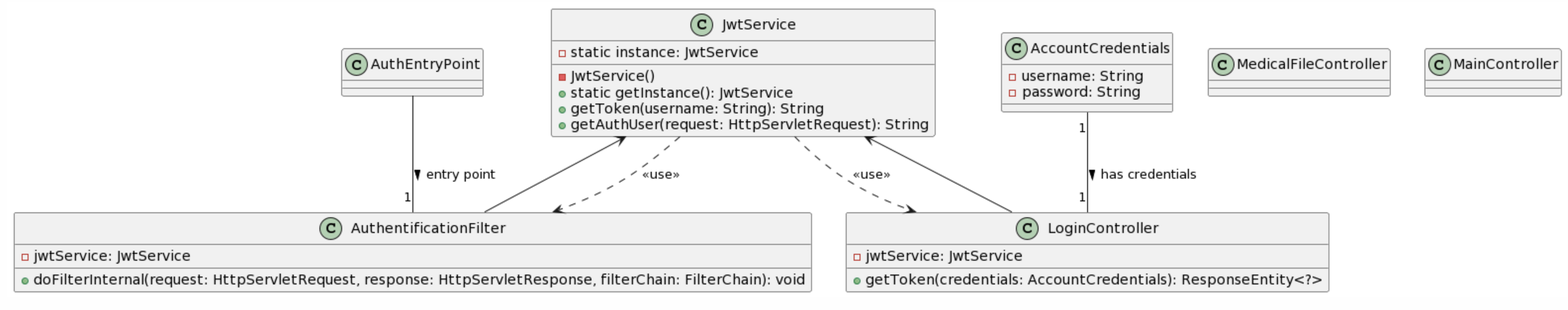
The PlantUML diagram plantUml-partie2/singleton-class.png in KevenJAntenor/Quebec-Centralized-Medical-Record-System, before a commit. Its source is kept beside it as plantUml-partie2/singleton-class.puml. The source it was exported from:
```plantuml
@startuml

class JwtService {
  -static instance: JwtService
  -JwtService()
  +static getInstance(): JwtService
  +getToken(username: String): String
  +getAuthUser(request: HttpServletRequest): String
}

class LoginController {
  -jwtService: JwtService
  +getToken(credentials: AccountCredentials): ResponseEntity<?>
}

class AuthentificationFilter {
  -jwtService: JwtService
  +doFilterInternal(request: HttpServletRequest, response: HttpServletResponse, filterChain: FilterChain): void
}

class AccountCredentials {
  -username: String
  -password: String
}

class AuthEntryPoint {
}

class MedicalFileController {
}

class MainController {
}

JwtService ..> LoginController : <<use>>
JwtService ..> AuthentificationFilter : <<use>>

JwtService <-- LoginController
JwtService <-- AuthentificationFilter

AccountCredentials "1" -- "1" LoginController : has credentials >
AuthEntryPoint -- "1" AuthentificationFilter : entry point >

@enduml
```
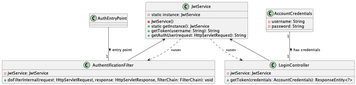
Later version of the same file.

Change to the diagram source:
```diff
@@ -26,12 +26,6 @@
 class AuthEntryPoint {
 }
 
-class MedicalFileController {
-}
-
-class MainController {
-}
-
 JwtService ..> LoginController : <<use>>
 JwtService ..> AuthentificationFilter : <<use>>
 
```
